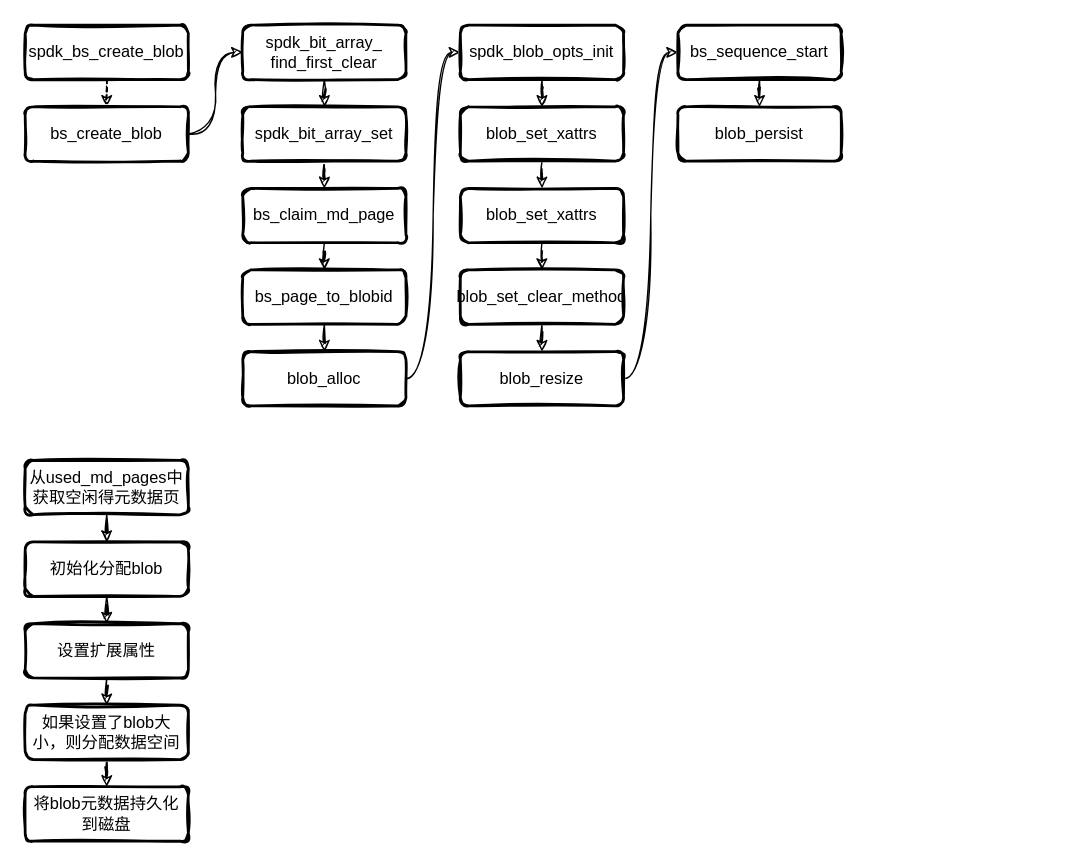
Earlier version of the draw.io diagram page "blob_op" (3 of 4) of spdk/spdk_blobstore.drawio (EarthWind/deeparch). Source tidied: cells renumbered, new cells numbered last; positions are measured from the earlier drawing's top-left corner, leaving out a move shared by most shapes. Both pictures are drawn from the tidied source at 136%, with x=0, y=0 at pixel (24, 24).
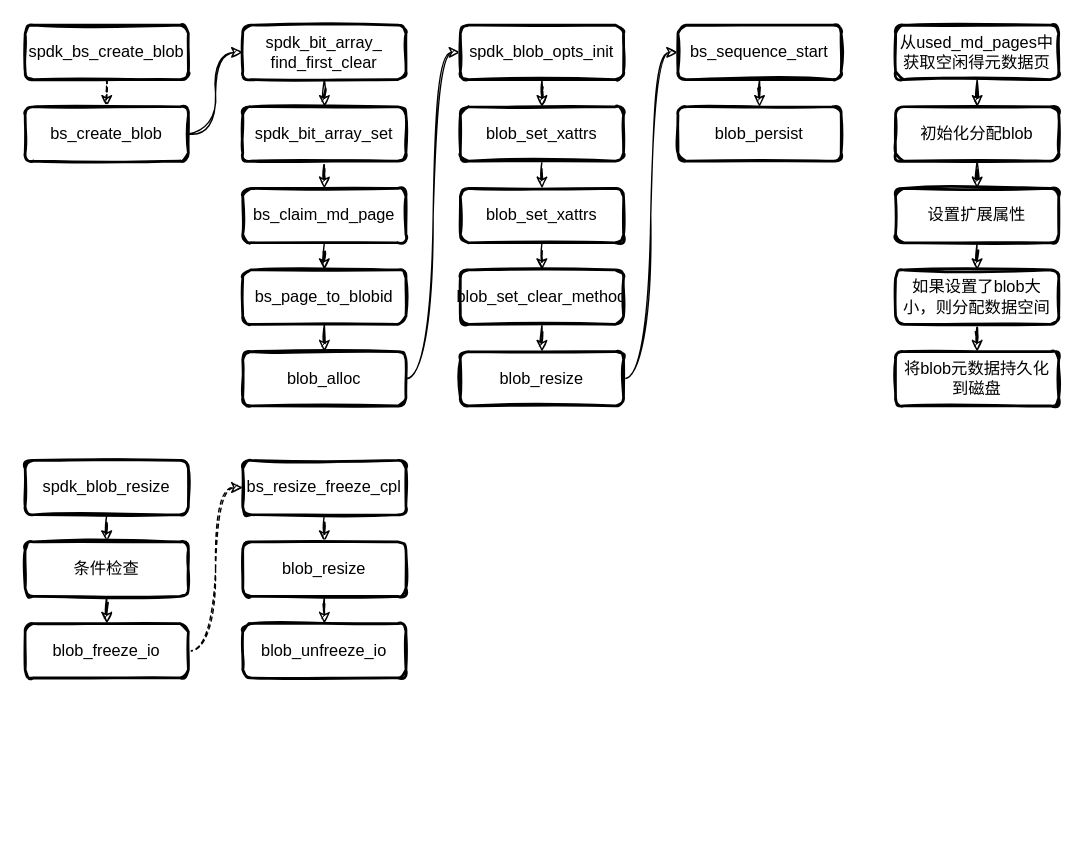
The same diagram, later.

What changed in the source:
```diff
@@
     <mxCell id="30" value="从used_md_pages中获取空闲得元数据页" style="rounded=1;whiteSpace=wrap;html=1;strokeWidth=2;fillWeight=4;hachureGap=8;hachureAngle=45;sketch=1;fillColor=#FFFFFF;" parent="1" vertex="1">
-      <mxGeometry y="320" width="120" height="40" as="geometry" />
+      <mxGeometry x="640" width="120" height="40" as="geometry" />
     </mxCell>
@@
     <mxCell id="32" value="初始化分配blob" style="rounded=1;whiteSpace=wrap;html=1;strokeWidth=2;fillWeight=4;hachureGap=8;hachureAngle=45;sketch=1;fillColor=#FFFFFF;" parent="1" vertex="1">
-      <mxGeometry y="380" width="120" height="40" as="geometry" />
+      <mxGeometry x="640" y="60" width="120" height="40" as="geometry" />
     </mxCell>
@@
     <mxCell id="34" value="设置扩展属性" style="rounded=1;whiteSpace=wrap;html=1;strokeWidth=2;fillWeight=4;hachureGap=8;hachureAngle=45;sketch=1;fillColor=#FFFFFF;" parent="1" vertex="1">
-      <mxGeometry y="440" width="120" height="40" as="geometry" />
+      <mxGeometry x="640" y="120" width="120" height="40" as="geometry" />
     </mxCell>
@@
     <mxCell id="36" value="如果设置了blob大小，则分配数据空间" style="rounded=1;whiteSpace=wrap;html=1;strokeWidth=2;fillWeight=4;hachureGap=8;hachureAngle=45;sketch=1;fillColor=#FFFFFF;" parent="1" vertex="1">
-      <mxGeometry y="500" width="120" height="40" as="geometry" />
+      <mxGeometry x="640" y="180" width="120" height="40" as="geometry" />
     </mxCell>
     <mxCell id="37" value="将blob元数据持久化到磁盘" style="rounded=1;whiteSpace=wrap;html=1;strokeWidth=2;fillWeight=4;hachureGap=8;hachureAngle=45;sketch=1;fillColor=#FFFFFF;" parent="1" vertex="1">
-      <mxGeometry y="560" width="120" height="40" as="geometry" />
+      <mxGeometry x="640" y="240" width="120" height="40" as="geometry" />
     </mxCell>
+    <mxCell id="38" style="edgeStyle=orthogonalEdgeStyle;curved=1;rounded=0;sketch=1;jettySize=auto;html=1;entryX=0.5;entryY=0;entryDx=0;entryDy=0;" parent="1" edge="1" source="39" target="43">
+      <mxGeometry relative="1" as="geometry" />
+    </mxCell>
+    <mxCell id="39" value="spdk_blob_resize" style="rounded=1;whiteSpace=wrap;html=1;strokeWidth=2;fillWeight=4;hachureGap=8;hachureAngle=45;sketch=1;fillColor=#FFFFFF;" parent="1" vertex="1">
+      <mxGeometry y="320" width="120" height="40" as="geometry" />
+    </mxCell>
+    <mxCell id="40" style="edgeStyle=orthogonalEdgeStyle;curved=1;rounded=0;sketch=1;jettySize=auto;html=1;entryX=0;entryY=0.5;entryDx=0;entryDy=0;dashed=1;" parent="1" edge="1" source="41" target="45">
+      <mxGeometry relative="1" as="geometry" />
+    </mxCell>
+    <mxCell id="41" value="blob_freeze_io" style="rounded=1;whiteSpace=wrap;html=1;strokeWidth=2;fillWeight=4;hachureGap=8;hachureAngle=45;sketch=1;fillColor=#FFFFFF;" parent="1" vertex="1">
+      <mxGeometry y="440" width="120" height="40" as="geometry" />
+    </mxCell>
+    <mxCell id="42" style="edgeStyle=orthogonalEdgeStyle;curved=1;rounded=0;sketch=1;jettySize=auto;html=1;entryX=0.5;entryY=0;entryDx=0;entryDy=0;" parent="1" edge="1" source="43" target="41">
+      <mxGeometry relative="1" as="geometry" />
+    </mxCell>
+    <mxCell id="43" value="条件检查" style="rounded=1;whiteSpace=wrap;html=1;strokeWidth=2;fillWeight=4;hachureGap=8;hachureAngle=45;sketch=1;fillColor=#FFFFFF;" parent="1" vertex="1">
+      <mxGeometry y="380" width="120" height="40" as="geometry" />
+    </mxCell>
+    <mxCell id="44" style="edgeStyle=orthogonalEdgeStyle;curved=1;rounded=0;sketch=1;jettySize=auto;html=1;entryX=0.5;entryY=0;entryDx=0;entryDy=0;" parent="1" edge="1" source="45" target="47">
+      <mxGeometry relative="1" as="geometry" />
+    </mxCell>
+    <mxCell id="45" value="bs_resize_freeze_cpl" style="rounded=1;whiteSpace=wrap;html=1;strokeWidth=2;fillWeight=4;hachureGap=8;hachureAngle=45;sketch=1;fillColor=#FFFFFF;" parent="1" vertex="1">
+      <mxGeometry x="160" y="320" width="120" height="40" as="geometry" />
+    </mxCell>
+    <mxCell id="46" style="edgeStyle=orthogonalEdgeStyle;curved=1;rounded=0;sketch=1;jettySize=auto;html=1;entryX=0.5;entryY=0;entryDx=0;entryDy=0;" parent="1" edge="1" source="47" target="48">
+      <mxGeometry relative="1" as="geometry" />
+    </mxCell>
+    <mxCell id="47" value="blob_resize" style="rounded=1;whiteSpace=wrap;html=1;strokeWidth=2;fillWeight=4;hachureGap=8;hachureAngle=45;sketch=1;fillColor=#FFFFFF;" parent="1" vertex="1">
+      <mxGeometry x="160" y="380" width="120" height="40" as="geometry" />
+    </mxCell>
+    <mxCell id="48" value="blob_unfreeze_io" style="rounded=1;whiteSpace=wrap;html=1;strokeWidth=2;fillWeight=4;hachureGap=8;hachureAngle=45;sketch=1;fillColor=#FFFFFF;" parent="1" vertex="1">
+      <mxGeometry x="160" y="440" width="120" height="40" as="geometry" />
+    </mxCell>
```
